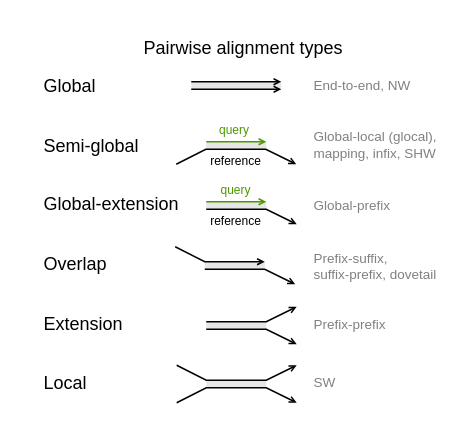
Before: page "only sequences" (1 of 2) of introduction/alignment-types.drawio in pesho-ivanov/thesis, a draw.io diagram. Source tidied: cells renumbered, new cells numbered last; positions are measured from the earlier drawing's top-left corner, leaving out a move shared by most shapes. Both pictures are drawn from the tidied source at 150%, with x=0, y=0 at pixel (26, 26).
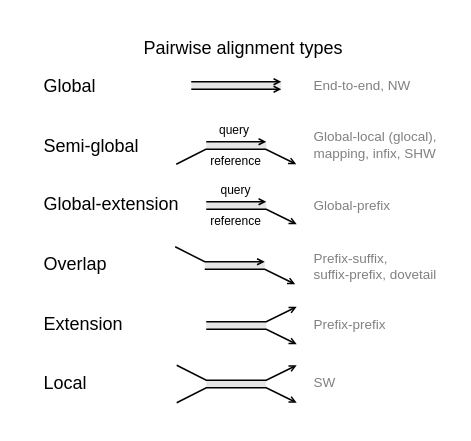
The same page after the edit.

Commit message (it also covers changes not shown here):
updated alignments visualization

Unchanged cells that the change refers to:
```xml
<mxCell id="17" style="rounded=0;whiteSpace=wrap;html=1;fontFamily=Helvetica;fontSize=10;fontColor=#ffffff;strokeColor=none;fillColor=#E6E6E6;" parent="1" vertex="1">
  <mxGeometry x="120" y="117" width="40" height="5" as="geometry" />
</mxCell>
```

Change to the diagram source:
```diff
@@
-    <mxCell id="9" value="&lt;font style=&quot;font-size: 8px;&quot; color=&quot;#4d9900&quot;&gt;query&lt;/font&gt;" style="text;html=1;strokeColor=none;fillColor=none;align=center;verticalAlign=middle;whiteSpace=wrap;rounded=0;fontFamily=Helvetica;fontSize=8;" parent="1" vertex="1">
+    <mxCell id="9" value="&lt;font style=&quot;font-size: 8px;&quot;&gt;query&lt;/font&gt;" style="text;html=1;strokeColor=none;fillColor=none;align=center;verticalAlign=middle;whiteSpace=wrap;rounded=0;fontFamily=Helvetica;fontSize=8;" parent="1" vertex="1">
       <mxGeometry x="114.3" y="64" width="50" height="10" as="geometry" />
     </mxCell>
@@
-    <mxCell id="13" style="endArrow=open;html=1;strokeColor=#4D9900;endFill=0;startSize=6;endSize=3;fillColor=#d5e8d4;sketch=0;jiggle=0;strokeWidth=1;" parent="1" edge="1">
+    <mxCell id="13" style="endArrow=open;html=1;strokeColor=#000000;endFill=0;startSize=6;endSize=3;fillColor=#d5e8d4;sketch=0;jiggle=0;strokeWidth=1;" parent="1" edge="1">
       <mxGeometry relative="1" as="geometry">
         <mxPoint x="120" y="77" as="sourcePoint" />
         <mxPoint x="160" y="77" as="targetPoint" />
         <Array as="points">
           <mxPoint x="159" y="77" />
         </Array>
       </mxGeometry>
     </mxCell>
@@
-    <mxCell id="19" value="&lt;font style=&quot;font-size: 8px;&quot; color=&quot;#4d9900&quot;&gt;query&lt;/font&gt;" style="text;html=1;strokeColor=none;fillColor=none;align=center;verticalAlign=middle;whiteSpace=wrap;rounded=0;fontFamily=Helvetica;fontStyle=0;fontSize=8;" parent="1" vertex="1">
+    <mxCell id="19" value="&lt;font style=&quot;font-size: 8px;&quot;&gt;query&lt;/font&gt;" style="text;html=1;strokeColor=none;fillColor=none;align=center;verticalAlign=middle;whiteSpace=wrap;rounded=0;fontFamily=Helvetica;fontStyle=0;fontSize=8;" parent="1" vertex="1">
       <mxGeometry x="115.3" y="104" width="50" height="10" as="geometry" />
     </mxCell>
@@
-    <mxCell id="22" style="endArrow=open;html=1;strokeColor=#4D9900;endFill=0;startSize=6;endSize=3;fillColor=#d5e8d4;sketch=0;jiggle=0;strokeWidth=1;rounded=0;entryX=1;entryY=0;entryDx=0;entryDy=0;exitX=0;exitY=0;exitDx=0;exitDy=0;" parent="1" edge="1" source="17" target="17">
+    <mxCell id="22" style="endArrow=open;html=1;strokeColor=#000000;endFill=0;startSize=6;endSize=3;fillColor=#d5e8d4;sketch=0;jiggle=0;strokeWidth=1;rounded=0;entryX=1;entryY=0;entryDx=0;entryDy=0;exitX=0;exitY=0;exitDx=0;exitDy=0;" parent="1" edge="1" source="17" target="17">
       <mxGeometry relative="1" as="geometry" />
     </mxCell>
@@
+    <mxCell id="38" parent="0" />
+    <mxCell id="39" parent="0" />
+    <mxCell id="40" parent="0" />
```
